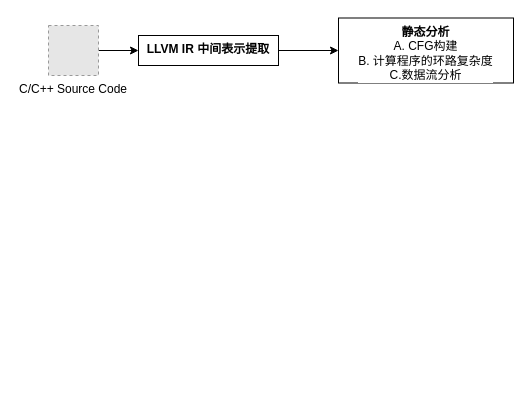
This is 流程图314.drawio from William-Practice/William-Practice, a draw.io file, before an edit. Source tidied: cells renumbered, new cells numbered last; positions are measured from the earlier drawing's top-left corner, leaving out a move shared by most shapes. Both pictures are drawn from the tidied source at 100%, with x=0, y=0 at pixel (48, 17). Pictures stored in the file or linked from it are replaced by grey dashed boxes.
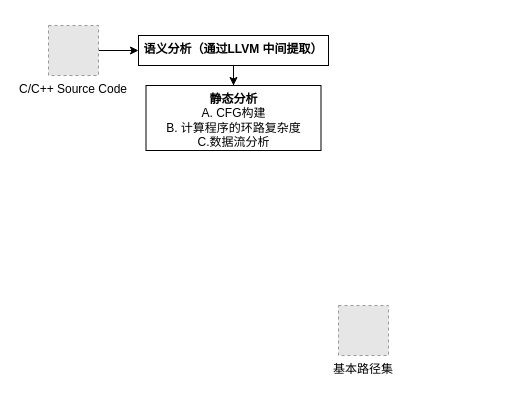
After the change.

Commit message:
更新流程图314.drawio

What changed in the source:
```diff
@@
 <mxGraphModel>
   <root>
     <mxCell id="0" />
     <mxCell id="1" parent="0" />
     <mxCell id="2" style="edgeStyle=orthogonalEdgeStyle;rounded=0;jettySize=auto;html=1;" parent="1" edge="1" source="3" target="5">
       <mxGeometry relative="1" as="geometry" />
     </mxCell>
     <mxCell id="3" value="C/C++ Source Code" style="fillColor=#E6E6E6;strokeColor=#999999;dashed=1;verticalLabelPosition=bottom;labelBackgroundColor=default;verticalAlign=top;" parent="1" vertex="1">
       <mxGeometry y="8" width="50" height="50" as="geometry" />
     </mxCell>
     <mxCell id="4" style="edgeStyle=orthogonalEdgeStyle;rounded=0;jettySize=auto;html=1;" parent="1" edge="1" source="5" target="6">
       <mxGeometry relative="1" as="geometry" />
     </mxCell>
-    <mxCell id="5" value="&lt;b&gt;LLVM IR&amp;nbsp;中间表示提取&lt;/b&gt;" style="whiteSpace=wrap;html=1;verticalAlign=top;labelBackgroundColor=default;" parent="1" vertex="1">
-      <mxGeometry x="90" y="18" width="140" height="30" as="geometry" />
+    <mxCell id="5" value="&lt;b&gt;语义分析（通过LLVM&amp;nbsp;中间提取）&lt;/b&gt;" style="whiteSpace=wrap;html=1;verticalAlign=top;labelBackgroundColor=default;" parent="1" vertex="1">
+      <mxGeometry x="90" y="18" width="190" height="30" as="geometry" />
     </mxCell>
     <mxCell id="6" value="&lt;b&gt;静态分析&lt;/b&gt;&lt;br&gt;A. CFG构建&lt;br&gt;B.&amp;nbsp;计算程序的&lt;span style=&quot;&quot;&gt;环路复杂度&lt;br&gt;C.数据流分析&lt;/span&gt;" style="whiteSpace=wrap;html=1;verticalAlign=top;labelBackgroundColor=default;" parent="1" vertex="1">
-      <mxGeometry x="290" y="0.5" width="175" height="65" as="geometry" />
+      <mxGeometry x="97.5" y="68" width="175" height="65" as="geometry" />
     </mxCell>
+    <mxCell id="7" value="基本路径集" style="fillColor=#E6E6E6;strokeColor=#999999;dashed=1;verticalLabelPosition=bottom;labelBackgroundColor=default;verticalAlign=top;" parent="1" vertex="1">
+      <mxGeometry x="290" y="288" width="50" height="50" as="geometry" />
+    </mxCell>
   </root>
 </mxGraphModel>
```
